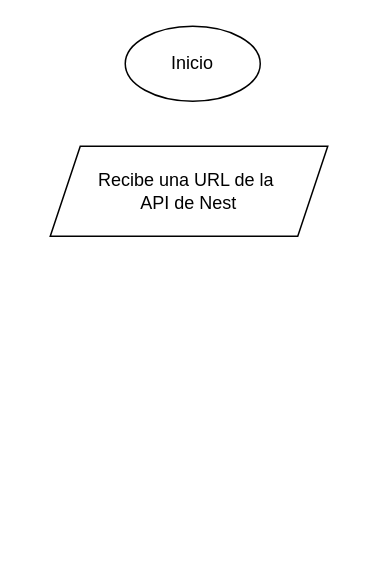
The draw.io diagram Diagrama sin título.drawio in die90-ctrl/ideal-octo-parakeet, before the edit. Source tidied: cells renumbered, new cells numbered last; positions are measured from the earlier drawing's top-left corner, leaving out a move shared by most shapes. Both pictures are drawn from the tidied source at 150%, with x=0, y=0 at pixel (50, 26).
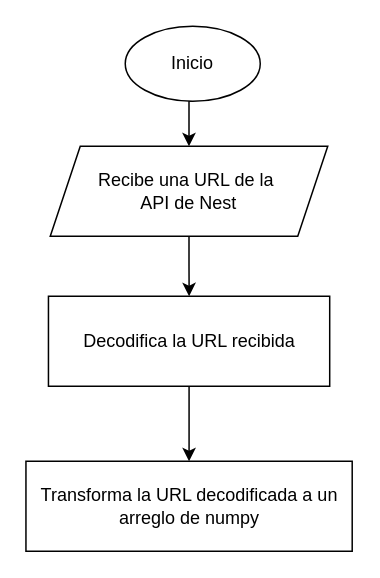
The same diagram, later.

Diff of the diagram source:
```diff
@@
 <mxGraphModel>
   <root>
     <mxCell id="0" />
     <mxCell id="1" parent="0" />
+    <mxCell id="4" style="edgeStyle=orthogonalEdgeStyle;rounded=0;jettySize=auto;html=1;exitX=0.5;exitY=1;exitDx=0;exitDy=0;entryX=0.5;entryY=0;entryDx=0;entryDy=0;" parent="1" edge="1" source="2" target="3">
+      <mxGeometry relative="1" as="geometry" />
+    </mxCell>
     <mxCell id="2" value="Inicio" style="ellipse;whiteSpace=wrap;html=1;" parent="1" vertex="1">
       <mxGeometry x="50" width="90" height="50" as="geometry" />
     </mxCell>
+    <mxCell id="5" style="edgeStyle=orthogonalEdgeStyle;rounded=0;jettySize=auto;html=1;" parent="1" edge="1" source="3" target="7">
+      <mxGeometry relative="1" as="geometry" />
+    </mxCell>
     <mxCell id="3" value="Recibe una URL de la&amp;nbsp;&lt;div&gt;API de Nest&lt;/div&gt;" style="shape=parallelogram;perimeter=parallelogramPerimeter;whiteSpace=wrap;html=1;fixedSize=1;" parent="1" vertex="1">
       <mxGeometry y="80" width="185" height="60" as="geometry" />
     </mxCell>
+    <mxCell id="6" style="edgeStyle=orthogonalEdgeStyle;rounded=0;jettySize=auto;html=1;" parent="1" edge="1" source="7" target="8">
+      <mxGeometry relative="1" as="geometry" />
+    </mxCell>
+    <mxCell id="7" value="Decodifica la URL recibida" style="whiteSpace=wrap;html=1;" parent="1" vertex="1">
+      <mxGeometry x="-1.2" y="180" width="187.5" height="60" as="geometry" />
+    </mxCell>
+    <mxCell id="8" value="Transforma la URL decodificada a un arreglo de numpy" style="whiteSpace=wrap;html=1;" parent="1" vertex="1">
+      <mxGeometry x="-16.2" y="290" width="217.5" height="60" as="geometry" />
+    </mxCell>
   </root>
 </mxGraphModel>
```
